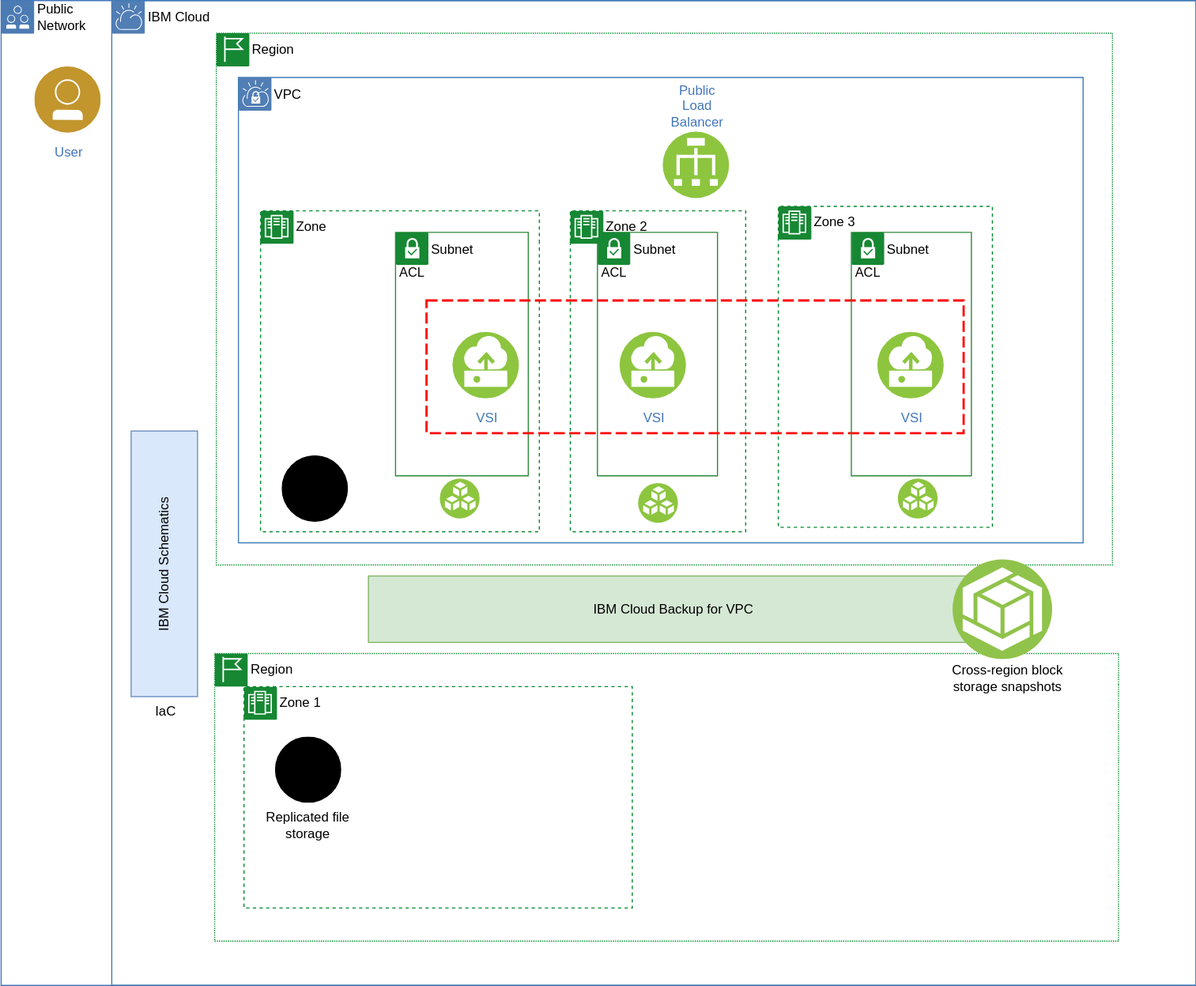
Above: images/simple-vpc-dr-arch.svg in ibm-cloud-docs/resiliency (draw.io), before the change. Source tidied: cells renumbered, new cells last; positions are measured from the earlier drawing's top-left corner, leaving out a move shared by most shapes.
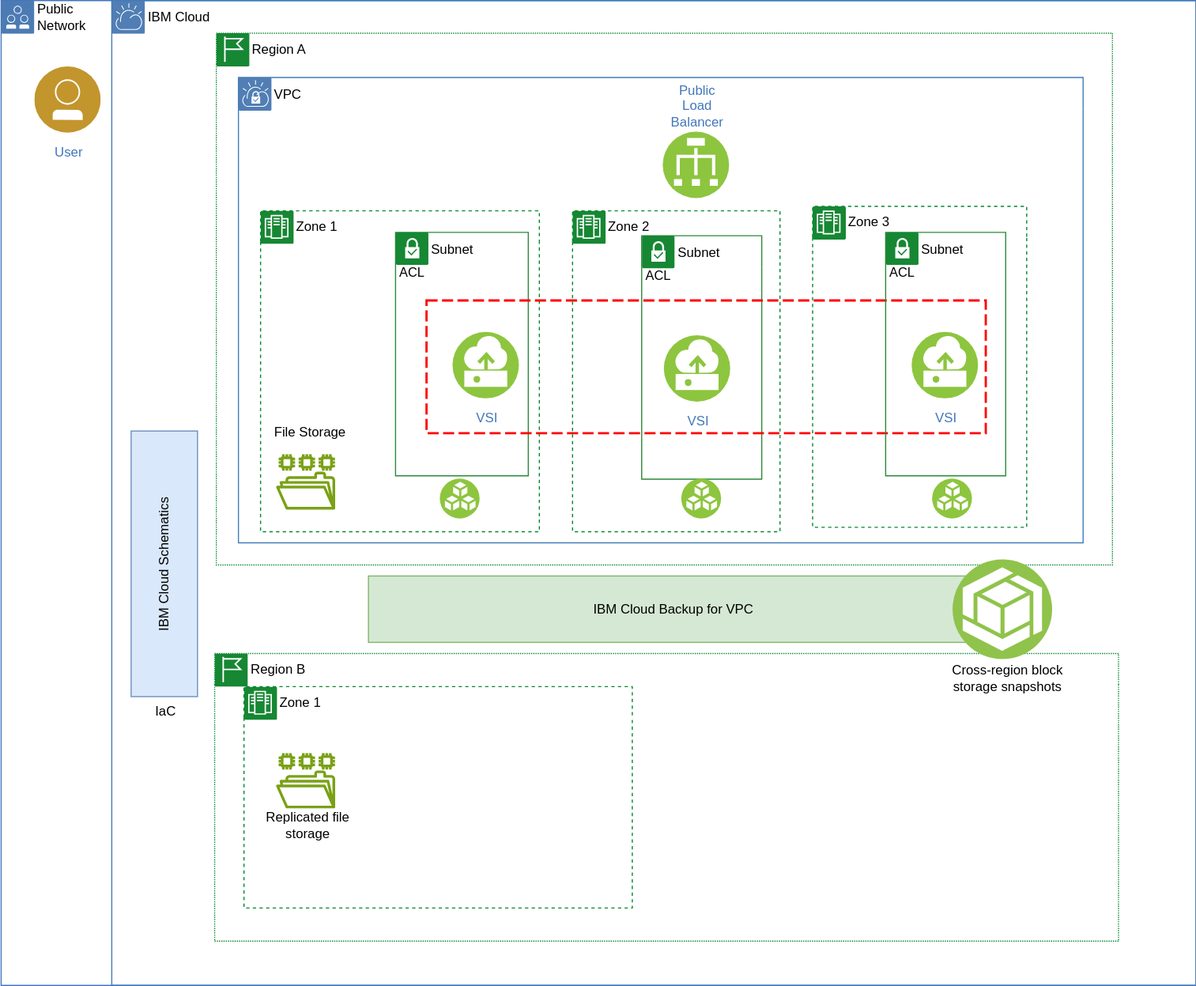
After the commit.

Change to the diagram source:
```diff
@@ -9,12 +9,12 @@
       <mxGeometry width="30" height="40" as="geometry" />
     </mxCell>
     <mxCell id="4" value="Subnet" style="swimlane;fontStyle=0;horizontal=1;startSize=28;swimlaneLine=0;swimlaneFillColor=none;fillColor=none;rounded=0;whiteSpace=wrap;html=1;absoluteArcSize=1;arcSize=12;strokeColor=#2A8838;verticalAlign=top;align=left;spacingLeft=30;spacingTop=1;dashed=0;strokeWidth=1;" parent="1" vertex="1">
-      <mxGeometry x="538.5" y="209.5" width="108.5" height="220" as="geometry" />
+      <mxGeometry x="578.5" y="212.5" width="108.5" height="220" as="geometry" />
     </mxCell>
     <mxCell id="5" style="perimeter=ellipsePerimeter;html=1;align=center;shadow=0;dashed=0;fontColor=#4277BB;labelBackgroundColor=#ffffff;fontSize=12;spacingTop=3;image;image=img/lib/ibm/vpc/SubnetTag.svg;" parent="4" vertex="1">
       <mxGeometry width="30" height="40" as="geometry" />
     </mxCell>
-    <mxCell id="6" value="Zone&amp;nbsp;" style="swimlane;fontStyle=0;horizontal=1;startSize=28;swimlaneLine=0;swimlaneFillColor=none;fillColor=none;rounded=0;whiteSpace=wrap;html=1;absoluteArcSize=1;arcSize=0;strokeColor=#00882B;verticalAlign=top;align=left;spacingLeft=30;dashed=1;strokeWidth=1;" parent="1" vertex="1">
+    <mxCell id="6" value="Zone 1&amp;nbsp;" style="swimlane;fontStyle=0;horizontal=1;startSize=28;swimlaneLine=0;swimlaneFillColor=none;fillColor=none;rounded=0;whiteSpace=wrap;html=1;absoluteArcSize=1;arcSize=0;strokeColor=#00882B;verticalAlign=top;align=left;spacingLeft=30;dashed=1;strokeWidth=1;" parent="1" vertex="1">
       <mxGeometry x="234" y="190" width="252" height="290" as="geometry" />
     </mxCell>
     <mxCell id="7" style="perimeter=ellipsePerimeter;html=1;align=center;shadow=0;dashed=0;fontColor=#4277BB;labelBackgroundColor=#ffffff;fontSize=12;spacingTop=3;image;image=img/lib/ibm/vpc/ZoneTag.svg;" parent="6" vertex="1">
@@ -26,7 +26,7 @@
     <mxCell id="9" style="perimeter=ellipsePerimeter;html=1;align=center;shadow=0;dashed=0;fontColor=#4277BB;labelBackgroundColor=#ffffff;fontSize=12;spacingTop=3;image;image=img/lib/ibm/vpc/VPCTag.svg;" parent="8" vertex="1">
       <mxGeometry width="30" height="30" as="geometry" />
     </mxCell>
-    <mxCell id="10" value="Region" style="swimlane;fontStyle=0;horizontal=1;startSize=28;swimlaneLine=0;swimlaneFillColor=none;fillColor=none;rounded=0;whiteSpace=wrap;html=1;absoluteArcSize=1;arcSize=0;strokeColor=#00882B;verticalAlign=top;align=left;spacingLeft=30;dashed=1;strokeWidth=1;dashPattern=1 1;" parent="1" vertex="1">
+    <mxCell id="10" value="Region A" style="swimlane;fontStyle=0;horizontal=1;startSize=28;swimlaneLine=0;swimlaneFillColor=none;fillColor=none;rounded=0;whiteSpace=wrap;html=1;absoluteArcSize=1;arcSize=0;strokeColor=#00882B;verticalAlign=top;align=left;spacingLeft=30;dashed=1;strokeWidth=1;dashPattern=1 1;" parent="1" vertex="1">
       <mxGeometry x="194" y="29.5" width="810" height="480.5" as="geometry" />
     </mxCell>
     <mxCell id="11" style="perimeter=ellipsePerimeter;html=1;align=center;shadow=0;dashed=0;fontColor=#4277BB;labelBackgroundColor=#ffffff;fontSize=12;spacingTop=3;image;image=img/lib/ibm/vpc/RegionTag.svg;" parent="10" vertex="1">
@@ -50,15 +50,12 @@
     <mxCell id="17" style="image;perimeter=ellipsePerimeter;html=1;align=center;shadow=0;dashed=0;fontColor=#4277BB;labelBackgroundColor=default;fontSize=12;spacingTop=3;image=img/lib/ibm/vpc/BlockStorage.svg;" parent="14" vertex="1">
       <mxGeometry x="296.5" y="432" width="36" height="36" as="geometry" />
     </mxCell>
-    <mxCell id="18" value="Region" style="swimlane;fontStyle=0;horizontal=1;startSize=28;swimlaneLine=0;swimlaneFillColor=none;fillColor=none;rounded=0;whiteSpace=wrap;html=1;absoluteArcSize=1;arcSize=0;strokeColor=#00882B;verticalAlign=top;align=left;spacingLeft=30;dashed=1;strokeWidth=1;dashPattern=1 1;" parent="14" vertex="1">
+    <mxCell id="18" value="Region B" style="swimlane;fontStyle=0;horizontal=1;startSize=28;swimlaneLine=0;swimlaneFillColor=none;fillColor=none;rounded=0;whiteSpace=wrap;html=1;absoluteArcSize=1;arcSize=0;strokeColor=#00882B;verticalAlign=top;align=left;spacingLeft=30;dashed=1;strokeWidth=1;dashPattern=1 1;" parent="14" vertex="1">
       <mxGeometry x="93" y="590" width="817" height="260" as="geometry" />
     </mxCell>
     <mxCell id="19" style="perimeter=ellipsePerimeter;html=1;align=center;shadow=0;dashed=0;fontColor=#4277BB;labelBackgroundColor=#ffffff;fontSize=12;spacingTop=3;image;image=img/lib/ibm/vpc/RegionTag.svg;" parent="18" vertex="1">
       <mxGeometry width="30" height="30" as="geometry" />
     </mxCell>
-    <mxCell id="20" style="image;perimeter=ellipsePerimeter;html=1;align=center;shadow=0;dashed=0;fontColor=#4277BB;labelBackgroundColor=default;fontSize=12;spacingTop=3;image=img/lib/ibm/data/file_repository.svg;" parent="18" vertex="1">
-      <mxGeometry x="54.5" y="75" width="60" height="60" as="geometry" />
-    </mxCell>
     <mxCell id="21" value="Zone 1&amp;nbsp;" style="swimlane;fontStyle=0;horizontal=1;startSize=28;swimlaneLine=0;swimlaneFillColor=none;fillColor=none;rounded=0;whiteSpace=wrap;html=1;absoluteArcSize=1;arcSize=0;strokeColor=#00882B;verticalAlign=top;align=left;spacingLeft=30;dashed=1;strokeWidth=1;" parent="18" vertex="1">
       <mxGeometry x="26.5" y="30" width="351" height="200" as="geometry" />
     </mxCell>
@@ -68,12 +65,12 @@
     <mxCell id="23" value="Replicated file storage" style="rounded=0;whiteSpace=wrap;html=1;strokeColor=none;" parent="21" vertex="1">
       <mxGeometry x="15" y="110" width="85" height="30" as="geometry" />
     </mxCell>
+    <mxCell id="44" style="sketch=0;fontColor=#232F3E;gradientColor=none;fillColor=#7AA116;strokeColor=none;dashed=0;verticalLabelPosition=bottom;verticalAlign=top;align=center;html=1;fontSize=12;fontStyle=0;shape=mxgraph.aws4.file_system;" parent="21" vertex="1">
+      <mxGeometry x="29" y="60" width="53.4" height="50" as="geometry" />
+    </mxCell>
     <mxCell id="24" value="Cross-region block storage snapshots" style="rounded=0;whiteSpace=wrap;html=1;strokeColor=none;" parent="18" vertex="1">
       <mxGeometry x="656.5" y="7" width="120" height="30" as="geometry" />
     </mxCell>
-    <mxCell id="25" style="image;perimeter=ellipsePerimeter;html=1;align=center;shadow=0;dashed=0;fontColor=#4277BB;labelBackgroundColor=default;fontSize=12;spacingTop=3;image=img/lib/ibm/data/file_repository.svg;" parent="14" vertex="1">
-      <mxGeometry x="153.5" y="411" width="60" height="60" as="geometry" />
-    </mxCell>
     <mxCell id="26" style="image;perimeter=ellipsePerimeter;html=1;align=center;shadow=0;dashed=0;fontColor=#4277BB;labelBackgroundColor=default;fontSize=12;spacingTop=3;image=img/lib/ibm/vpc/ObjectStorage.svg;" parent="14" vertex="1">
       <mxGeometry x="760" y="505" width="90" height="90" as="geometry" />
     </mxCell>
@@ -81,7 +78,7 @@
       <mxGeometry x="-72.5" y="479" width="240" height="60" as="geometry" />
     </mxCell>
     <mxCell id="28" value="Zone 3" style="swimlane;fontStyle=0;horizontal=1;startSize=28;swimlaneLine=0;swimlaneFillColor=none;fillColor=none;rounded=0;whiteSpace=wrap;html=1;absoluteArcSize=1;arcSize=0;strokeColor=#00882B;verticalAlign=top;align=left;spacingLeft=30;dashed=1;strokeWidth=1;" parent="14" vertex="1">
-      <mxGeometry x="602.5" y="186" width="193.5" height="290" as="geometry" />
+      <mxGeometry x="633.5" y="186" width="193.5" height="290" as="geometry" />
     </mxCell>
     <mxCell id="29" style="perimeter=ellipsePerimeter;html=1;align=center;shadow=0;dashed=0;fontColor=#4277BB;labelBackgroundColor=#ffffff;fontSize=12;spacingTop=3;image;image=img/lib/ibm/vpc/ZoneTag.svg;" parent="28" vertex="1">
       <mxGeometry width="30" height="30" as="geometry" />
@@ -90,25 +87,31 @@
       <mxGeometry x="108" y="246" width="36" height="36" as="geometry" />
     </mxCell>
     <mxCell id="31" style="rounded=0;whiteSpace=wrap;html=1;absoluteArcSize=1;arcSize=0;strokeColor=#FD0000;fillColor=none;verticalAlign=top;align=center;spacingLeft=5;dashed=1;dashPattern=5 2;labelPosition=center;verticalLabelPosition=middle;strokeWidth=2;" parent="14" vertex="1">
-      <mxGeometry x="284.5" y="271" width="485.5" height="120" as="geometry" />
+      <mxGeometry x="284.5" y="271" width="505.5" height="120" as="geometry" />
     </mxCell>
     <mxCell id="32" value="IaC" style="rounded=0;whiteSpace=wrap;html=1;strokeColor=none;" parent="14" vertex="1">
       <mxGeometry x="28" y="632" width="40" height="20" as="geometry" />
     </mxCell>
+    <mxCell id="45" value="File Storage" style="rounded=0;whiteSpace=wrap;html=1;strokeColor=none;" parent="14" vertex="1">
+      <mxGeometry x="136.5" y="375" width="85" height="30" as="geometry" />
+    </mxCell>
+    <mxCell id="46" style="sketch=0;fontColor=#232F3E;gradientColor=none;fillColor=#7AA116;strokeColor=none;dashed=0;verticalLabelPosition=bottom;verticalAlign=top;align=center;html=1;fontSize=12;fontStyle=0;shape=mxgraph.aws4.file_system;" parent="14" vertex="1">
+      <mxGeometry x="148.5" y="410" width="53.4" height="50" as="geometry" />
+    </mxCell>
     <mxCell id="33" value="Subnet" style="swimlane;fontStyle=0;horizontal=1;startSize=28;swimlaneLine=0;swimlaneFillColor=none;fillColor=none;rounded=0;whiteSpace=wrap;html=1;absoluteArcSize=1;arcSize=12;strokeColor=#2A8838;verticalAlign=top;align=left;spacingLeft=30;spacingTop=1;dashed=0;strokeWidth=1;" parent="1" vertex="1">
-      <mxGeometry x="768" y="209.5" width="108.5" height="220" as="geometry" />
+      <mxGeometry x="799" y="209.5" width="108.5" height="220" as="geometry" />
     </mxCell>
     <mxCell id="34" style="perimeter=ellipsePerimeter;html=1;align=center;shadow=0;dashed=0;fontColor=#4277BB;labelBackgroundColor=#ffffff;fontSize=12;spacingTop=3;image;image=img/lib/ibm/vpc/SubnetTag.svg;" parent="33" vertex="1">
       <mxGeometry width="30" height="40" as="geometry" />
     </mxCell>
     <mxCell id="35" value="Zone 2" style="swimlane;fontStyle=0;horizontal=1;startSize=28;swimlaneLine=0;swimlaneFillColor=none;fillColor=none;rounded=0;whiteSpace=wrap;html=1;absoluteArcSize=1;arcSize=0;strokeColor=#00882B;verticalAlign=top;align=left;spacingLeft=30;dashed=1;strokeWidth=1;" parent="1" vertex="1">
-      <mxGeometry x="514" y="190" width="158.5" height="290" as="geometry" />
+      <mxGeometry x="516" y="190" width="187.5" height="290" as="geometry" />
     </mxCell>
     <mxCell id="36" style="perimeter=ellipsePerimeter;html=1;align=center;shadow=0;dashed=0;fontColor=#4277BB;labelBackgroundColor=#ffffff;fontSize=12;spacingTop=3;image;image=img/lib/ibm/vpc/ZoneTag.svg;" parent="35" vertex="1">
       <mxGeometry width="30" height="30" as="geometry" />
     </mxCell>
     <mxCell id="37" style="image;perimeter=ellipsePerimeter;html=1;align=center;shadow=0;dashed=0;fontColor=#4277BB;labelBackgroundColor=default;fontSize=12;spacingTop=3;image=img/lib/ibm/vpc/BlockStorage.svg;" parent="35" vertex="1">
-      <mxGeometry x="61.2" y="246" width="36" height="36" as="geometry" />
+      <mxGeometry x="98.2" y="242" width="36" height="36" as="geometry" />
     </mxCell>
     <mxCell id="38" value="Icons" parent="0" />
     <mxCell id="39" value="User" style="perimeter=ellipsePerimeter;html=1;align=center;shadow=0;dashed=0;fontColor=#4277BB;labelBackgroundColor=#ffffff;fontSize=12;spacingTop=3;image;image=img/lib/ibm/users/user.svg;" parent="38" vertex="1">
@@ -118,10 +121,10 @@
       <mxGeometry x="407.5" y="299.5" width="60" height="60" as="geometry" />
     </mxCell>
     <mxCell id="41" value="VSI" style="perimeter=ellipsePerimeter;html=1;align=center;shadow=0;dashed=0;fontColor=#4277BB;labelBackgroundColor=#ffffff;fontSize=12;spacingTop=3;image;image=img/lib/ibm/vpc/Instance.svg;" parent="38" vertex="1">
-      <mxGeometry x="558.5" y="299.5" width="60" height="60" as="geometry" />
+      <mxGeometry x="598.5" y="302.5" width="60" height="60" as="geometry" />
     </mxCell>
     <mxCell id="42" value="VSI" style="perimeter=ellipsePerimeter;html=1;align=center;shadow=0;dashed=0;fontColor=#4277BB;labelBackgroundColor=#ffffff;fontSize=12;spacingTop=3;image;image=img/lib/ibm/vpc/Instance.svg;" parent="38" vertex="1">
-      <mxGeometry x="791.5" y="299.5" width="60" height="60" as="geometry" />
+      <mxGeometry x="822.5" y="299.5" width="60" height="60" as="geometry" />
     </mxCell>
     <mxCell id="43" value="Public&lt;br&gt;Load&lt;br&gt;Balancer" style="perimeter=ellipsePerimeter;html=1;align=center;shadow=0;dashed=0;fontColor=#4277BB;labelBackgroundColor=#ffffff;fontSize=12;spacingTop=3;image;image=img/lib/ibm/vpc/LoadBalancer.svg;labelPosition=center;verticalLabelPosition=top;verticalAlign=bottom;" parent="38" vertex="1">
       <mxGeometry x="597.5" y="118.5" width="60" height="60" as="geometry" />
```
